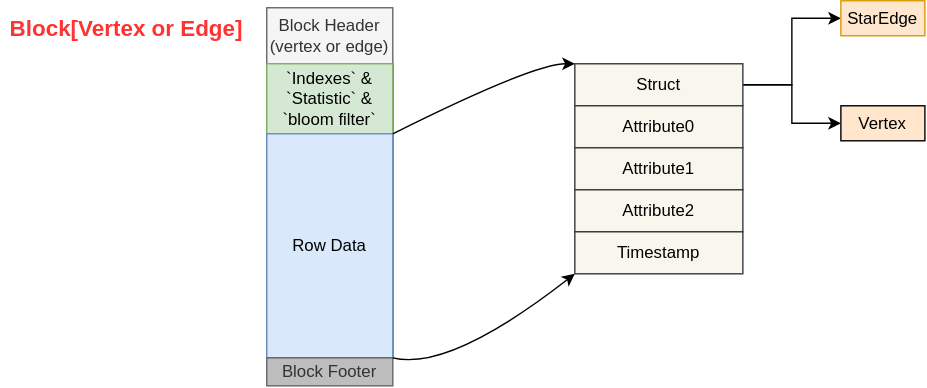
Before: graph/sgf_infr.svg, a diagram exported from draw.io (learn2Pro/draw_io_save). Source tidied: cells renumbered, new cells last; positions are measured from the earlier drawing's top-left corner, leaving out a move shared by most shapes.
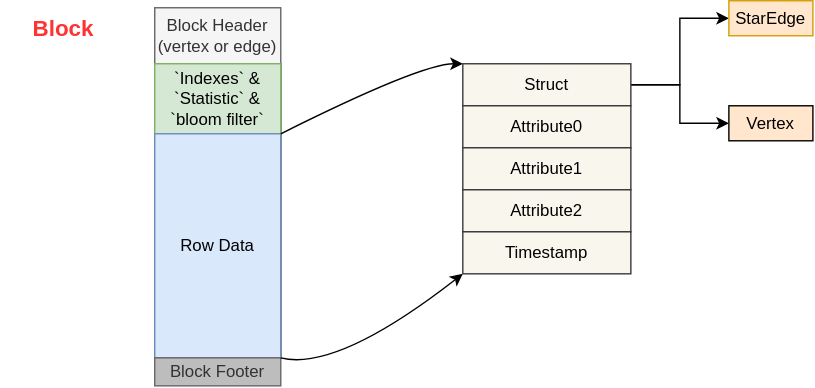
After the change.

Diff of the diagram source:
```diff
@@ -2,8 +2,8 @@
   <root>
     <mxCell id="0" />
     <mxCell id="1" parent="0" />
-    <mxCell id="2" value="&lt;b style=&quot;color: rgb(255 , 51 , 51) ; font-size: 16px&quot;&gt;Block[Vertex or Edge]&lt;/b&gt;" style="text;html=1;strokeColor=none;fillColor=none;align=center;verticalAlign=middle;whiteSpace=wrap;rounded=0;" parent="1" vertex="1">
-      <mxGeometry y="5" width="180" height="30" as="geometry" />
+    <mxCell id="2" value="&lt;b style=&quot;color: rgb(255 , 51 , 51) ; font-size: 16px&quot;&gt;Block&lt;/b&gt;" style="text;html=1;strokeColor=none;fillColor=none;align=center;verticalAlign=middle;whiteSpace=wrap;rounded=0;" parent="1" vertex="1">
+      <mxGeometry x="80" y="5" width="90" height="30" as="geometry" />
     </mxCell>
     <mxCell id="3" style="group;" parent="1" vertex="1">
       <mxGeometry x="190" y="25" width="90" height="250" as="geometry" />
```
